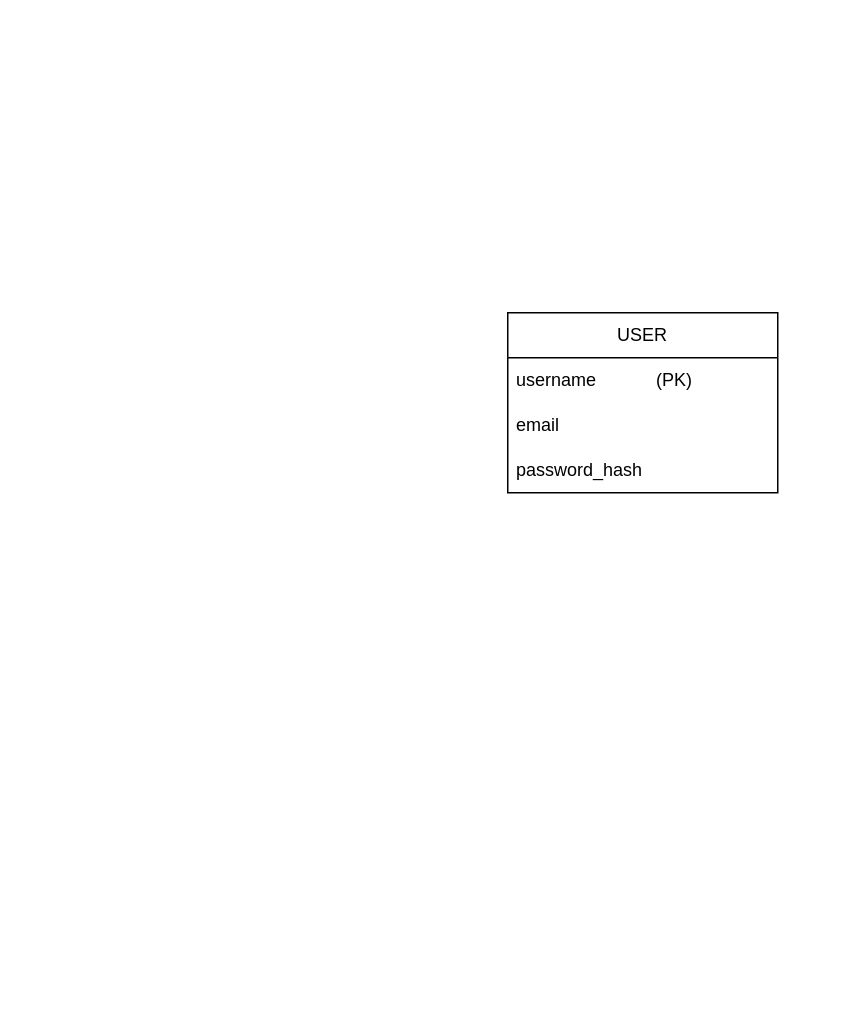
Above: docs/diagrams/er-digram.drawio in jayasuryaa05-sys/comicverse-ai (draw.io), before the change. Source tidied: cells renumbered, new cells numbered last; positions are measured from the earlier drawing's top-left corner, leaving out a move shared by most shapes. Both pictures are drawn from the tidied source at 150%, with x=0, y=0 at pixel (507, 312).
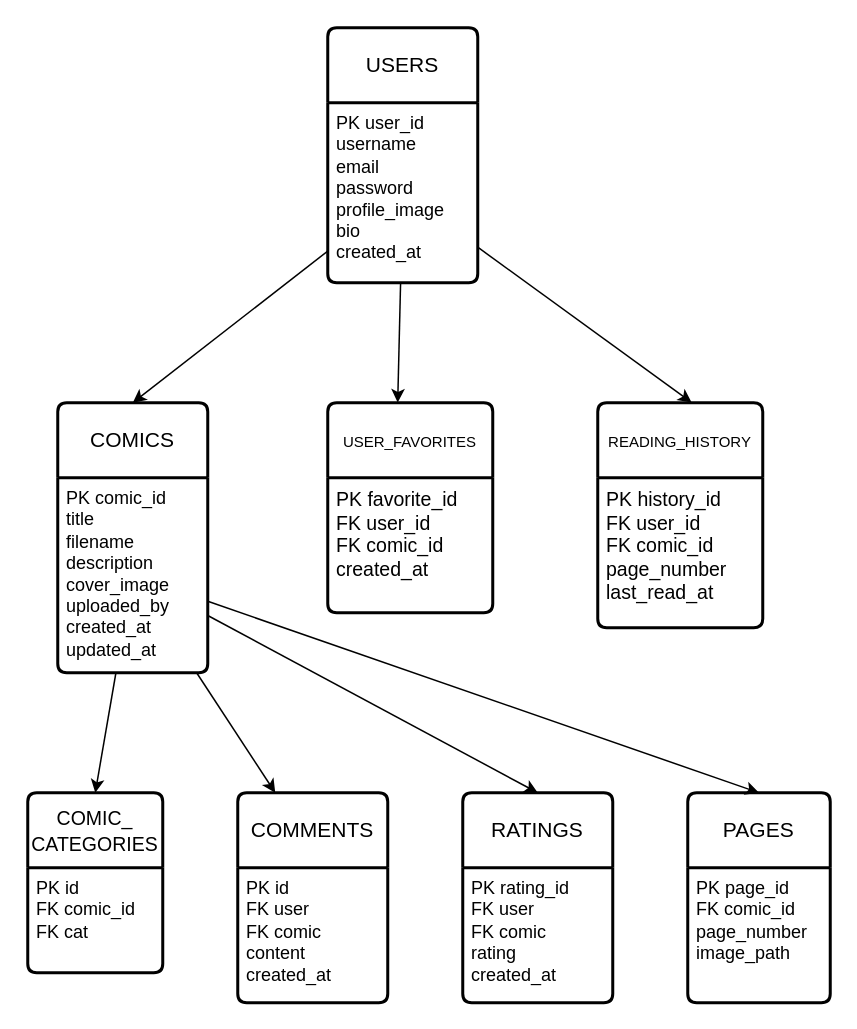
The same diagram, later.

Commit message (it also covers changes not shown here):
Update project security and ER diagrams

What changed in the source:
```diff
@@
-    <mxCell id="2" value="USER" style="swimlane;fontStyle=0;horizontal=1;startSize=30;whiteSpace=wrap;html=1;" parent="1" vertex="1">
-      <mxGeometry width="180" height="120" as="geometry" />
-    </mxCell>
-    <mxCell id="3" value="username&amp;nbsp; &amp;nbsp; &amp;nbsp; &amp;nbsp; &amp;nbsp; &amp;nbsp; (PK)" style="text;strokeColor=none;fillColor=none;align=left;verticalAlign=middle;spacingLeft=4;spacingRight=4;overflow=hidden;whiteSpace=wrap;html=1;" parent="2" vertex="1">
-      <mxGeometry y="30" width="180" height="30" as="geometry" />
-    </mxCell>
-    <mxCell id="4" value="email" style="text;strokeColor=none;fillColor=none;align=left;verticalAlign=middle;spacingLeft=4;spacingRight=4;overflow=hidden;whiteSpace=wrap;html=1;" parent="2" vertex="1">
-      <mxGeometry y="60" width="180" height="30" as="geometry" />
-    </mxCell>
-    <mxCell id="5" value="password_hash" style="text;strokeColor=none;fillColor=none;align=left;verticalAlign=middle;spacingLeft=4;spacingRight=4;overflow=hidden;whiteSpace=wrap;html=1;" parent="2" vertex="1">
-      <mxGeometry y="90" width="180" height="30" as="geometry" />
-    </mxCell>
+    <mxCell id="6" value="USERS" style="swimlane;horizontal=1;startSize=50;rounded=1;fontSize=14;fontStyle=0;strokeWidth=2;shadow=0;dashed=0;align=center;arcSize=4;whiteSpace=wrap;html=1;" parent="1" vertex="1">
+      <mxGeometry x="-120" y="-190" width="100" height="170" as="geometry" />
+    </mxCell>
+    <mxCell id="7" value="&lt;div&gt;&lt;font color=&quot;#000000&quot;&gt;PK user_id&lt;/font&gt;&lt;/div&gt;&lt;div&gt;&lt;font color=&quot;#000000&quot;&gt;username&lt;/font&gt;&lt;/div&gt;&lt;div&gt;&lt;font color=&quot;#000000&quot;&gt;email&lt;/font&gt;&lt;/div&gt;&lt;div&gt;&lt;font color=&quot;#000000&quot;&gt;password&lt;/font&gt;&lt;/div&gt;&lt;div&gt;&lt;font color=&quot;#000000&quot;&gt;profile_image&lt;/font&gt;&lt;/div&gt;&lt;div&gt;&lt;font color=&quot;#000000&quot;&gt;bio&lt;/font&gt;&lt;/div&gt;&lt;div&gt;&lt;font color=&quot;#000000&quot;&gt;created_at&lt;/font&gt;&lt;/div&gt;" style="align=left;strokeColor=none;fillColor=none;spacingLeft=4;fontSize=12;verticalAlign=top;html=1;" parent="6" vertex="1">
+      <mxGeometry y="50" width="100" height="120" as="geometry" />
+    </mxCell>
+    <mxCell id="8" value="COMICS" style="swimlane;horizontal=1;startSize=50;rounded=1;fontSize=14;fontStyle=0;strokeWidth=2;shadow=0;dashed=0;align=center;arcSize=4;whiteSpace=wrap;html=1;" parent="1" vertex="1">
+      <mxGeometry x="-300" y="60" width="100" height="180" as="geometry" />
+    </mxCell>
+    <mxCell id="9" value="&lt;div&gt;&lt;font color=&quot;#000000&quot;&gt;PK comic_id&lt;/font&gt;&lt;/div&gt;&lt;div&gt;&lt;font color=&quot;#000000&quot;&gt;title&lt;/font&gt;&lt;/div&gt;&lt;div&gt;&lt;font color=&quot;#000000&quot;&gt;filename&lt;/font&gt;&lt;/div&gt;&lt;div&gt;&lt;font color=&quot;#000000&quot;&gt;description&lt;/font&gt;&lt;/div&gt;&lt;div&gt;&lt;font color=&quot;#000000&quot;&gt;cover_image&lt;/font&gt;&lt;/div&gt;&lt;div&gt;&lt;font color=&quot;#000000&quot;&gt;uploaded_by&lt;/font&gt;&lt;/div&gt;&lt;div&gt;&lt;font color=&quot;#000000&quot;&gt;created_at&lt;/font&gt;&lt;/div&gt;&lt;div&gt;&lt;font color=&quot;#000000&quot;&gt;updated_at&lt;/font&gt;&lt;/div&gt;" style="align=left;strokeColor=none;fillColor=none;spacingLeft=4;fontSize=12;verticalAlign=top;html=1;" parent="8" vertex="1">
+      <mxGeometry y="50" width="100" height="130" as="geometry" />
+    </mxCell>
+    <mxCell id="10" value="&lt;font style=&quot;font-size: 10px;&quot;&gt;USER_FAVORITES&lt;/font&gt;" style="swimlane;horizontal=1;startSize=50;rounded=1;fontSize=14;fontStyle=0;strokeWidth=2;shadow=0;dashed=0;align=center;arcSize=4;whiteSpace=wrap;html=1;" parent="1" vertex="1">
+      <mxGeometry x="-120" y="60" width="110" height="140" as="geometry" />
+    </mxCell>
+    <mxCell id="11" value="&lt;div&gt;&lt;font style=&quot;font-size: 13px;&quot; color=&quot;#000000&quot;&gt;PK favorite_id&lt;/font&gt;&lt;/div&gt;&lt;div&gt;&lt;font style=&quot;font-size: 13px;&quot; color=&quot;#000000&quot;&gt;FK user_id&lt;/font&gt;&lt;/div&gt;&lt;div&gt;&lt;font style=&quot;font-size: 13px;&quot; color=&quot;#000000&quot;&gt;FK comic_id&lt;/font&gt;&lt;/div&gt;&lt;div&gt;&lt;font style=&quot;font-size: 13px;&quot; color=&quot;#000000&quot;&gt;created_at&lt;/font&gt;&lt;/div&gt;" style="align=left;strokeColor=none;fillColor=none;spacingLeft=4;fontSize=12;verticalAlign=top;html=1;" parent="10" vertex="1">
+      <mxGeometry y="50" width="110" height="90" as="geometry" />
+    </mxCell>
+    <mxCell id="12" value="&lt;font style=&quot;font-size: 10px;&quot;&gt;READING_HISTORY&lt;/font&gt;" style="swimlane;horizontal=1;startSize=50;rounded=1;fontSize=14;fontStyle=0;strokeWidth=2;shadow=0;dashed=0;align=center;arcSize=4;whiteSpace=wrap;html=1;" parent="1" vertex="1">
+      <mxGeometry x="60" y="60" width="110" height="150" as="geometry" />
+    </mxCell>
+    <mxCell id="13" value="&lt;div&gt;&lt;font style=&quot;font-size: 13px;&quot; color=&quot;#000000&quot;&gt;PK history_id&lt;/font&gt;&lt;/div&gt;&lt;div&gt;&lt;font style=&quot;font-size: 13px;&quot; color=&quot;#000000&quot;&gt;FK user_id&lt;/font&gt;&lt;/div&gt;&lt;div&gt;&lt;font style=&quot;font-size: 13px;&quot; color=&quot;#000000&quot;&gt;FK comic_id&lt;/font&gt;&lt;/div&gt;&lt;div&gt;&lt;font style=&quot;font-size: 13px;&quot; color=&quot;#000000&quot;&gt;page_number&lt;/font&gt;&lt;/div&gt;&lt;div&gt;&lt;font style=&quot;font-size: 13px;&quot; color=&quot;#000000&quot;&gt;last_read_at&lt;/font&gt;&lt;/div&gt;" style="align=left;strokeColor=none;fillColor=none;spacingLeft=4;fontSize=12;verticalAlign=top;html=1;" parent="12" vertex="1">
+      <mxGeometry y="50" width="110" height="100" as="geometry" />
+    </mxCell>
+    <mxCell id="14" style="edgeStyle=none;html=1;entryX=0.5;entryY=0;entryDx=0;entryDy=0;" parent="1" edge="1" source="7" target="8">
+      <mxGeometry relative="1" as="geometry" />
+    </mxCell>
+    <mxCell id="15" style="edgeStyle=none;html=1;entryX=0.569;entryY=-0.001;entryDx=0;entryDy=0;entryPerimeter=0;" parent="1" edge="1" source="7" target="12">
+      <mxGeometry relative="1" as="geometry" />
+    </mxCell>
+    <mxCell id="16" style="edgeStyle=none;html=1;entryX=0.424;entryY=-0.001;entryDx=0;entryDy=0;entryPerimeter=0;" parent="1" edge="1" source="7" target="10">
+      <mxGeometry relative="1" as="geometry" />
+    </mxCell>
+    <mxCell id="17" value="&lt;font style=&quot;font-size: 13px;&quot;&gt;COMIC_&lt;/font&gt;&lt;div&gt;&lt;font style=&quot;font-size: 13px;&quot;&gt;CATEGORIES&lt;/font&gt;&lt;/div&gt;" style="swimlane;horizontal=1;startSize=50;rounded=1;fontSize=14;fontStyle=0;strokeWidth=2;shadow=0;dashed=0;align=center;arcSize=4;whiteSpace=wrap;html=1;" parent="1" vertex="1">
+      <mxGeometry x="-320" y="320" width="90" height="120" as="geometry" />
+    </mxCell>
+    <mxCell id="18" value="&lt;div&gt;&lt;font color=&quot;#000000&quot;&gt;PK id&lt;/font&gt;&lt;/div&gt;&lt;div&gt;&lt;font color=&quot;#000000&quot;&gt;FK comic_id&lt;/font&gt;&lt;/div&gt;&lt;div&gt;&lt;font color=&quot;#000000&quot;&gt;FK cat&lt;/font&gt;&lt;/div&gt;" style="align=left;strokeColor=none;fillColor=none;spacingLeft=4;fontSize=12;verticalAlign=top;html=1;" parent="17" vertex="1">
+      <mxGeometry y="50" width="90" height="70" as="geometry" />
+    </mxCell>
+    <mxCell id="19" value="COMMENTS" style="swimlane;horizontal=1;startSize=50;rounded=1;fontSize=14;fontStyle=0;strokeWidth=2;shadow=0;dashed=0;align=center;arcSize=4;whiteSpace=wrap;html=1;" parent="1" vertex="1">
+      <mxGeometry x="-180" y="320" width="100" height="140" as="geometry" />
+    </mxCell>
+    <mxCell id="20" value="&lt;div&gt;&lt;font color=&quot;#000000&quot;&gt;PK id&lt;/font&gt;&lt;/div&gt;&lt;div&gt;&lt;font color=&quot;#000000&quot;&gt;FK user&lt;/font&gt;&lt;/div&gt;&lt;div&gt;&lt;font color=&quot;#000000&quot;&gt;FK comic&lt;/font&gt;&lt;/div&gt;&lt;div&gt;&lt;font color=&quot;#000000&quot;&gt;content&lt;/font&gt;&lt;/div&gt;&lt;div&gt;&lt;font color=&quot;#000000&quot;&gt;created_at&lt;/font&gt;&lt;/div&gt;" style="align=left;strokeColor=none;fillColor=none;spacingLeft=4;fontSize=12;verticalAlign=top;html=1;" parent="19" vertex="1">
+      <mxGeometry y="50" width="100" height="90" as="geometry" />
+    </mxCell>
+    <mxCell id="21" value="RATINGS" style="swimlane;horizontal=1;startSize=50;rounded=1;fontSize=14;fontStyle=0;strokeWidth=2;shadow=0;dashed=0;align=center;arcSize=4;whiteSpace=wrap;html=1;" parent="1" vertex="1">
+      <mxGeometry x="-30" y="320" width="100" height="140" as="geometry" />
+    </mxCell>
+    <mxCell id="22" value="&lt;div&gt;&lt;font color=&quot;#000000&quot;&gt;PK rating_id&lt;/font&gt;&lt;/div&gt;&lt;div&gt;&lt;font color=&quot;#000000&quot;&gt;FK user&lt;/font&gt;&lt;/div&gt;&lt;div&gt;&lt;font color=&quot;#000000&quot;&gt;FK comic&lt;/font&gt;&lt;/div&gt;&lt;div&gt;&lt;font color=&quot;#000000&quot;&gt;rating&lt;/font&gt;&lt;/div&gt;&lt;div&gt;&lt;font color=&quot;#000000&quot;&gt;created_at&lt;/font&gt;&lt;/div&gt;" style="align=left;strokeColor=none;fillColor=none;spacingLeft=4;fontSize=12;verticalAlign=top;html=1;" parent="21" vertex="1">
+      <mxGeometry y="50" width="100" height="90" as="geometry" />
+    </mxCell>
+    <mxCell id="23" value="PAGES" style="swimlane;horizontal=1;startSize=50;rounded=1;fontSize=14;fontStyle=0;strokeWidth=2;shadow=0;dashed=0;align=center;arcSize=4;whiteSpace=wrap;html=1;" parent="1" vertex="1">
+      <mxGeometry x="120" y="320" width="95" height="140" as="geometry" />
+    </mxCell>
+    <mxCell id="24" value="&lt;div&gt;&lt;font color=&quot;#000000&quot;&gt;PK page_id&lt;/font&gt;&lt;/div&gt;&lt;div&gt;&lt;font color=&quot;#000000&quot;&gt;FK comic_id&lt;/font&gt;&lt;/div&gt;&lt;div&gt;&lt;font color=&quot;#000000&quot;&gt;page_number&lt;/font&gt;&lt;/div&gt;&lt;div&gt;&lt;font color=&quot;#000000&quot;&gt;image_path&lt;/font&gt;&lt;/div&gt;" style="align=left;strokeColor=none;fillColor=none;spacingLeft=4;fontSize=12;verticalAlign=top;html=1;" parent="23" vertex="1">
+      <mxGeometry y="50" width="95" height="90" as="geometry" />
+    </mxCell>
+    <mxCell id="25" style="edgeStyle=none;html=1;entryX=0.5;entryY=0;entryDx=0;entryDy=0;" parent="1" edge="1" source="9" target="17">
+      <mxGeometry relative="1" as="geometry" />
+    </mxCell>
+    <mxCell id="26" style="edgeStyle=none;html=1;entryX=0.25;entryY=0;entryDx=0;entryDy=0;" parent="1" edge="1" source="9" target="19">
+      <mxGeometry relative="1" as="geometry" />
+    </mxCell>
+    <mxCell id="27" style="edgeStyle=none;html=1;entryX=0.5;entryY=0;entryDx=0;entryDy=0;" parent="1" edge="1" source="9" target="21">
+      <mxGeometry relative="1" as="geometry" />
+    </mxCell>
+    <mxCell id="28" style="edgeStyle=none;html=1;entryX=0.5;entryY=0;entryDx=0;entryDy=0;" parent="1" edge="1" source="9" target="23">
+      <mxGeometry relative="1" as="geometry" />
+    </mxCell>
```
